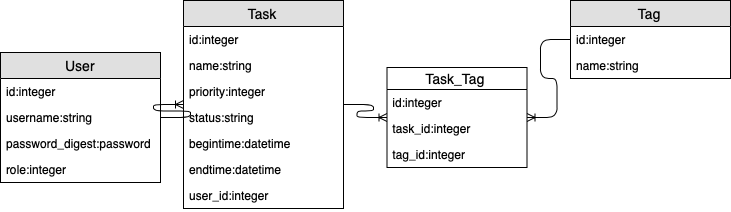
The draw.io diagram docs/table_schema.png in ui-tsing/task18, before a commit. Source tidied: cells renumbered, new cells last; positions are measured from the earlier drawing's top-left corner, leaving out a move shared by most shapes.
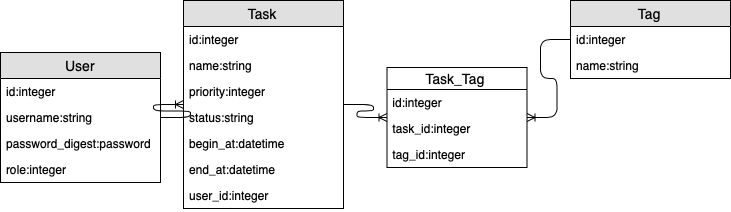
After the change.

Commit message:
turn begintime to begin_at

Change to the diagram source:
```diff
@@ -32,10 +32,10 @@
     <mxCell id="11" value="status:string" style="text;strokeColor=none;fillColor=none;spacingLeft=4;spacingRight=4;overflow=hidden;fontSize=12;" parent="7" vertex="1">
       <mxGeometry y="104" width="160" height="26" as="geometry" />
     </mxCell>
-    <mxCell id="12" value="begintime:datetime" style="text;strokeColor=none;fillColor=none;spacingLeft=4;spacingRight=4;overflow=hidden;fontSize=12;" parent="7" vertex="1">
+    <mxCell id="12" value="begin_at:datetime" style="text;strokeColor=none;fillColor=none;spacingLeft=4;spacingRight=4;overflow=hidden;fontSize=12;" parent="7" vertex="1">
       <mxGeometry y="130" width="160" height="26" as="geometry" />
     </mxCell>
-    <mxCell id="13" value="endtime:datetime" style="text;strokeColor=none;fillColor=none;spacingLeft=4;spacingRight=4;overflow=hidden;fontSize=12;" parent="7" vertex="1">
+    <mxCell id="13" value="end_at:datetime" style="text;strokeColor=none;fillColor=none;spacingLeft=4;spacingRight=4;overflow=hidden;fontSize=12;" parent="7" vertex="1">
       <mxGeometry y="156" width="160" height="26" as="geometry" />
     </mxCell>
     <mxCell id="14" value="user_id:integer" style="text;strokeColor=none;fillColor=none;spacingLeft=4;spacingRight=4;overflow=hidden;fontSize=12;" parent="7" vertex="1">
```
